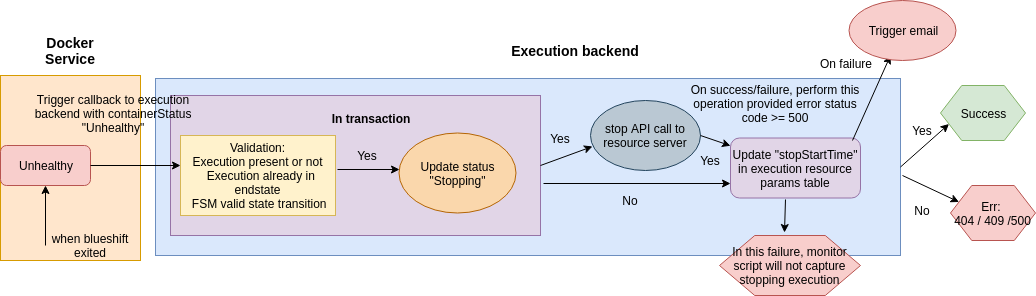
Above: stop_unhealthy.png in prodipta/blueshift-resouce (draw.io), before the change. Source tidied: cells renumbered, new cells last; positions are measured from the earlier drawing's top-left corner, leaving out a move shared by most shapes.
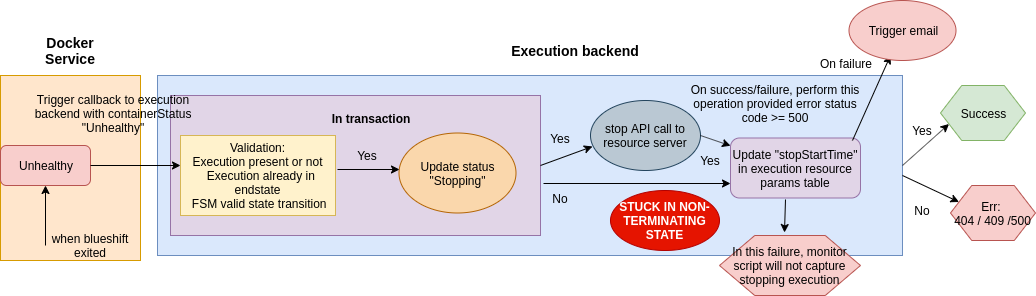
After the commit.

What changed in the source:
```diff
@@ -3,7 +3,7 @@
     <mxCell id="0" />
     <mxCell id="1" parent="0" />
     <mxCell id="2" style="rounded=0;whiteSpace=wrap;html=1;fillColor=#dae8fc;strokeColor=#6c8ebf;" parent="1" vertex="1">
-      <mxGeometry x="155" y="78" width="745" height="177" as="geometry" />
+      <mxGeometry x="157" y="75" width="745" height="180" as="geometry" />
     </mxCell>
     <mxCell id="3" style="rounded=0;whiteSpace=wrap;html=1;fillColor=#e1d5e7;strokeColor=#9673a6;" parent="1" vertex="1">
       <mxGeometry x="170" y="95" width="370" height="140" as="geometry" />
@@ -105,7 +105,7 @@
       </mxGeometry>
     </mxCell>
     <mxCell id="32" value="No" style="text;html=1;strokeColor=none;fillColor=none;align=center;verticalAlign=middle;whiteSpace=wrap;rounded=0;" parent="1" vertex="1">
-      <mxGeometry x="610" y="190" width="40" height="20" as="geometry" />
+      <mxGeometry x="540" y="187.5" width="40" height="20" as="geometry" />
     </mxCell>
     <mxCell id="33" value="Yes" style="text;html=1;strokeColor=none;fillColor=none;align=center;verticalAlign=middle;whiteSpace=wrap;rounded=0;" parent="1" vertex="1">
       <mxGeometry x="690" y="150" width="40" height="20" as="geometry" />
@@ -125,5 +125,8 @@
     <mxCell id="36" value="On failure" style="text;html=1;strokeColor=none;fillColor=none;align=center;verticalAlign=middle;whiteSpace=wrap;rounded=0;" parent="1" vertex="1">
       <mxGeometry x="810" y="50" width="70" height="25" as="geometry" />
     </mxCell>
+    <mxCell id="37" value="STUCK IN NON-TERMINATING STATE" style="ellipse;whiteSpace=wrap;html=1;fillColor=#e51400;strokeColor=#B20000;fontStyle=1;fontColor=#ffffff;" parent="1" vertex="1">
+      <mxGeometry x="610" y="190" width="109" height="60" as="geometry" />
+    </mxCell>
   </root>
 </mxGraphModel>
```
